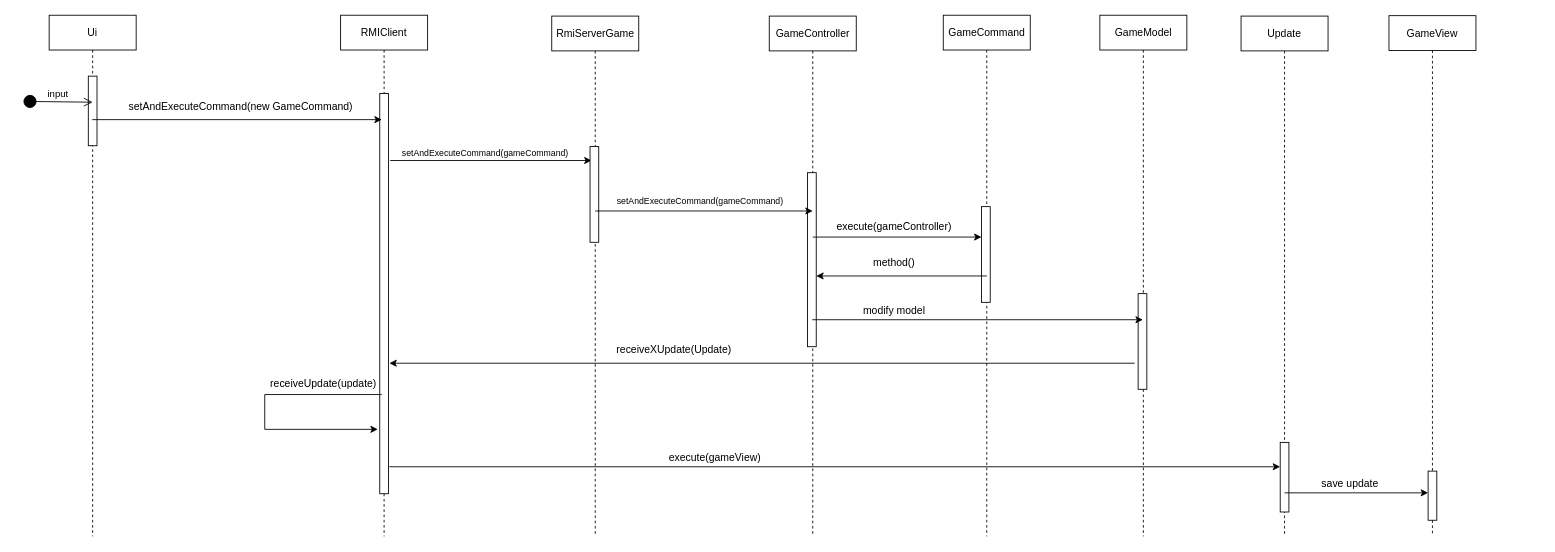
matteovolpari5/Codex-Natuarlis keeps this draw.io diagram as deliverables/network_documentation/rmi/rmi_game_flow.drawio. Above is the earlier version. Source tidied: cells renumbered, new cells numbered last; positions are measured from the earlier drawing's top-left corner, leaving out a move shared by most shapes. Both pictures are drawn from the tidied source at 87%, with x=0, y=0 at pixel (23, 15).
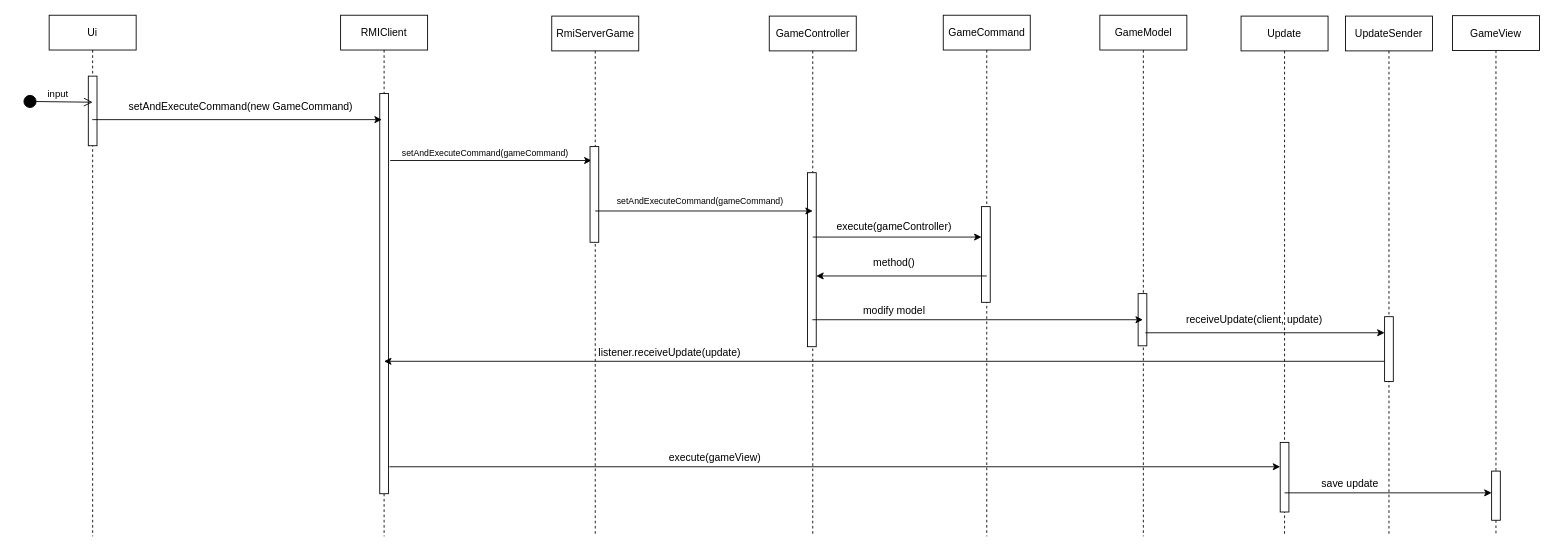
Above is the later version.

The change refers to these unchanged cells:
```xml
<mxCell id="23" value="GameModel" style="shape=umlLifeline;perimeter=lifelinePerimeter;whiteSpace=wrap;html=1;newEdgeStyle={&quot;edgeStyle&quot;:&quot;elbowEdgeStyle&quot;,&quot;elbow&quot;:&quot;vertical&quot;,&quot;curved&quot;:0,&quot;rounded&quot;:0};" parent="1" vertex="1">
  <mxGeometry x="1237.7" width="100" height="599" as="geometry" />
</mxCell>
```

The edit, as a diff of the source:
```diff
@@
     <mxCell id="24" style="html=1;perimeter=orthogonalPerimeter;targetShapes=umlLifeline;newEdgeStyle={&quot;edgeStyle&quot;:&quot;elbowEdgeStyle&quot;,&quot;elbow&quot;:&quot;vertical&quot;,&quot;curved&quot;:0,&quot;rounded&quot;:0};" parent="23" vertex="1">
-      <mxGeometry x="44" y="320" width="10" height="110" as="geometry" />
+      <mxGeometry x="44" y="320" width="10" height="60" as="geometry" />
     </mxCell>
@@
-    <mxCell id="27" value="receiveXUpdate(Update)" style="text;html=1;align=center;verticalAlign=middle;strokeColor=none;fillColor=none;" parent="1" vertex="1">
-      <mxGeometry x="667.7" y="370" width="160" height="30" as="geometry" />
-    </mxCell>
-    <mxCell id="28" style="endArrow=classic;html=1;rounded=0;" parent="1" edge="1">
-      <mxGeometry relative="1" as="geometry">
-        <mxPoint x="1277.7" y="400" as="sourcePoint" />
-        <mxPoint x="421" y="400" as="targetPoint" />
-      </mxGeometry>
-    </mxCell>
-    <mxCell id="29" value="receiveUpdate(update)" style="text;html=1;align=center;verticalAlign=middle;strokeColor=none;fillColor=none;" parent="1" vertex="1">
-      <mxGeometry x="270" y="409" width="150" height="30" as="geometry" />
-    </mxCell>
-    <mxCell id="30" style="endArrow=classic;html=1;rounded=0;" parent="1" edge="1">
-      <mxGeometry relative="1" as="geometry">
-        <mxPoint x="412.2" y="436" as="sourcePoint" />
-        <mxPoint x="407.8" y="476" as="targetPoint" />
-        <Array as="points">
-          <mxPoint x="277.8" y="436" />
-          <mxPoint x="277.8" y="476" />
-        </Array>
-      </mxGeometry>
-    </mxCell>
@@
     <mxCell id="35" value="GameView" style="shape=umlLifeline;perimeter=lifelinePerimeter;whiteSpace=wrap;html=1;newEdgeStyle={&quot;edgeStyle&quot;:&quot;elbowEdgeStyle&quot;,&quot;elbow&quot;:&quot;vertical&quot;,&quot;curved&quot;:0,&quot;rounded&quot;:0};" parent="1" vertex="1">
-      <mxGeometry x="1570" y="0.5" width="100" height="598" as="geometry" />
+      <mxGeometry x="1643" y="0.5" width="100" height="598" as="geometry" />
     </mxCell>
@@
+    <mxCell id="39" value="UpdateSender" style="shape=umlLifeline;perimeter=lifelinePerimeter;whiteSpace=wrap;html=1;newEdgeStyle={&quot;edgeStyle&quot;:&quot;elbowEdgeStyle&quot;,&quot;elbow&quot;:&quot;vertical&quot;,&quot;curved&quot;:0,&quot;rounded&quot;:0};" parent="1" vertex="1">
+      <mxGeometry x="1520" y="1" width="100" height="598" as="geometry" />
+    </mxCell>
+    <mxCell id="40" style="html=1;perimeter=orthogonalPerimeter;targetShapes=umlLifeline;newEdgeStyle={&quot;edgeStyle&quot;:&quot;elbowEdgeStyle&quot;,&quot;elbow&quot;:&quot;vertical&quot;,&quot;curved&quot;:0,&quot;rounded&quot;:0};" parent="39" vertex="1">
+      <mxGeometry x="45" y="345.5" width="10" height="74.5" as="geometry" />
+    </mxCell>
+    <mxCell id="41" style="endArrow=classic;html=1;rounded=0;" parent="1" edge="1">
+      <mxGeometry relative="1" as="geometry">
+        <mxPoint x="1290" y="365" as="sourcePoint" />
+        <mxPoint x="1565" y="365" as="targetPoint" />
+      </mxGeometry>
+    </mxCell>
+    <mxCell id="42" value="receiveUpdate(client, update)" style="text;html=1;align=center;verticalAlign=middle;strokeColor=none;fillColor=none;" parent="1" vertex="1">
+      <mxGeometry x="1325" y="335" width="180" height="30" as="geometry" />
+    </mxCell>
+    <mxCell id="43" style="endArrow=classic;html=1;rounded=0;" parent="1" edge="1">
+      <mxGeometry relative="1" as="geometry">
+        <mxPoint x="1565" y="397.8" as="sourcePoint" />
+        <mxPoint x="414.9" y="397.8" as="targetPoint" />
+      </mxGeometry>
+    </mxCell>
+    <mxCell id="44" value="listener.receiveUpdate(update)" style="text;html=1;align=center;verticalAlign=middle;strokeColor=none;fillColor=none;" parent="1" vertex="1">
+      <mxGeometry x="648" y="373" width="190" height="30" as="geometry" />
+    </mxCell>
```
